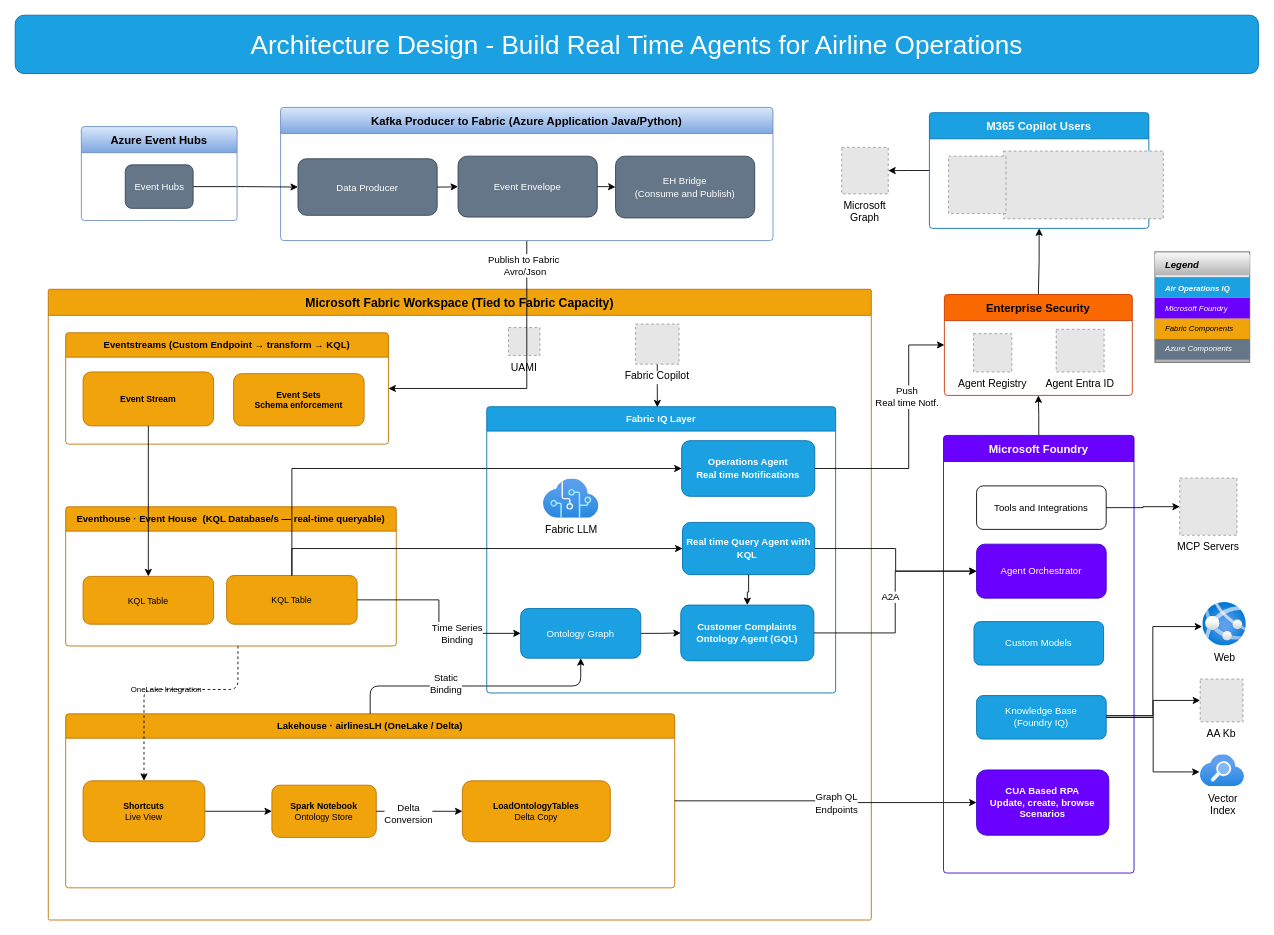
Above: fabricarchitecture.drawio in sramayanam/CustComplaints (draw.io), before the change. Source tidied: cells renumbered, new cells numbered last; positions are measured from the earlier drawing's top-left corner, leaving out a move shared by most shapes. Both pictures are drawn from the tidied source at 87%, with x=0, y=0 at pixel (15, 15). Pictures stored in the file or linked from it are replaced by grey dashed boxes.
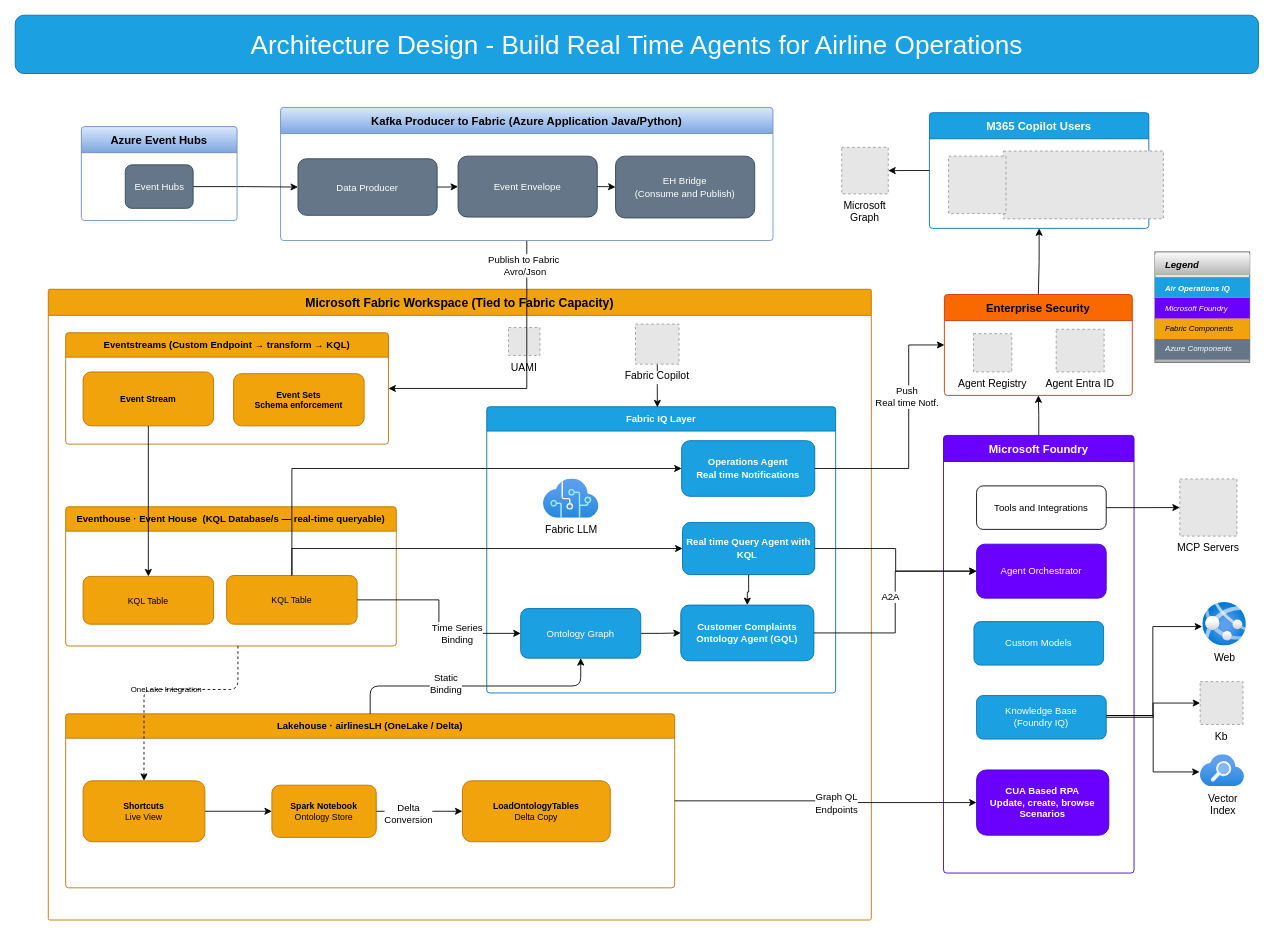
The same page after the edit.

Unchanged cells that the change refers to:
```xml
<mxCell id="53" value="Knowledge Base&lt;div&gt;(Foundry IQ)&lt;/div&gt;" style="rounded=1;html=1;whiteSpace=wrap;fontSize=11;labelBackgroundColor=none;fillColor=#1ba1e2;fontColor=#ffffff;strokeColor=#006EAF;" parent="52" vertex="1">
  <mxGeometry x="38" y="299" width="149" height="50" as="geometry" />
</mxCell>
<mxCell id="58" value="Vector&lt;div&gt;Index&lt;/div&gt;" style="image;html=1;points=[];align=center;fontSize=12;image=img/lib/azure2/app_services/Search_Services.svg;" parent="1" vertex="1">
  <mxGeometry x="1362" y="850" width="51" height="36.8" as="geometry" />
</mxCell>
```

The edit, as a diff of the source:
```diff
@@
-    <mxCell id="66" value="AA Kb" style="fillColor=#E6E6E6;strokeColor=#999999;dashed=1;verticalLabelPosition=bottom;labelBackgroundColor=default;verticalAlign=top;" parent="1" vertex="1">
-      <mxGeometry x="1362" y="763" width="49.2" height="49.2" as="geometry" />
+    <mxCell id="66" value="Kb" style="fillColor=#E6E6E6;strokeColor=#999999;dashed=1;verticalLabelPosition=bottom;labelBackgroundColor=default;verticalAlign=top;" parent="1" vertex="1">
+      <mxGeometry x="1362" y="766" width="49.2" height="49.2" as="geometry" />
     </mxCell>
     <mxCell id="67" value="MCP Servers" style="fillColor=#E6E6E6;strokeColor=#999999;dashed=1;verticalLabelPosition=bottom;labelBackgroundColor=default;verticalAlign=top;" parent="1" vertex="1">
-      <mxGeometry x="1338.6" y="532" width="65.7" height="65.7" as="geometry" />
+      <mxGeometry x="1338.6" y="533" width="65.7" height="65.7" as="geometry" />
     </mxCell>
@@
     <mxCell id="77" style="edgeStyle=orthogonalEdgeStyle;rounded=0;jettySize=auto;html=1;entryX=-0.013;entryY=0.537;entryDx=0;entryDy=0;entryPerimeter=0;" parent="1" edge="1" source="53" target="58">
-      <mxGeometry relative="1" as="geometry" />
+      <mxGeometry relative="1" as="geometry">
+        <Array as="points">
+          <mxPoint x="1308" y="805" />
+          <mxPoint x="1308" y="870" />
+        </Array>
+      </mxGeometry>
     </mxCell>
```
